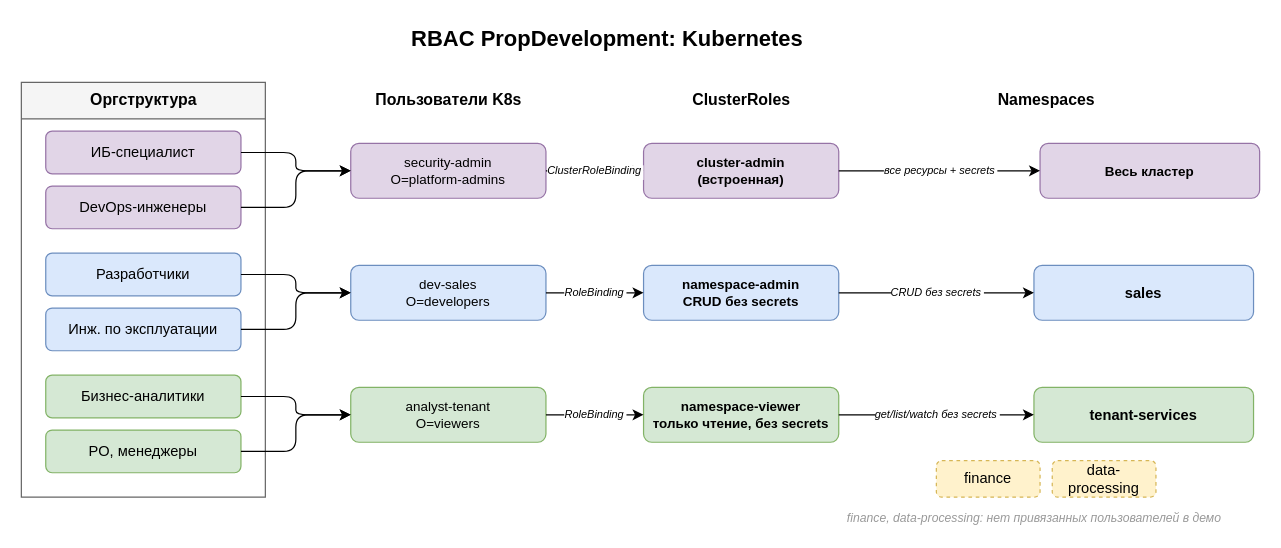
Earlier version of the draw.io diagram Task4/rbac-diagram.drawio (astandrik/architecture-pro-propdevelopment). Source tidied: cells renumbered, new cells numbered last; positions are measured from the earlier drawing's top-left corner, leaving out a move shared by most shapes. Both pictures are drawn from the tidied source at 122%, with x=0, y=0 at pixel (21, 21).
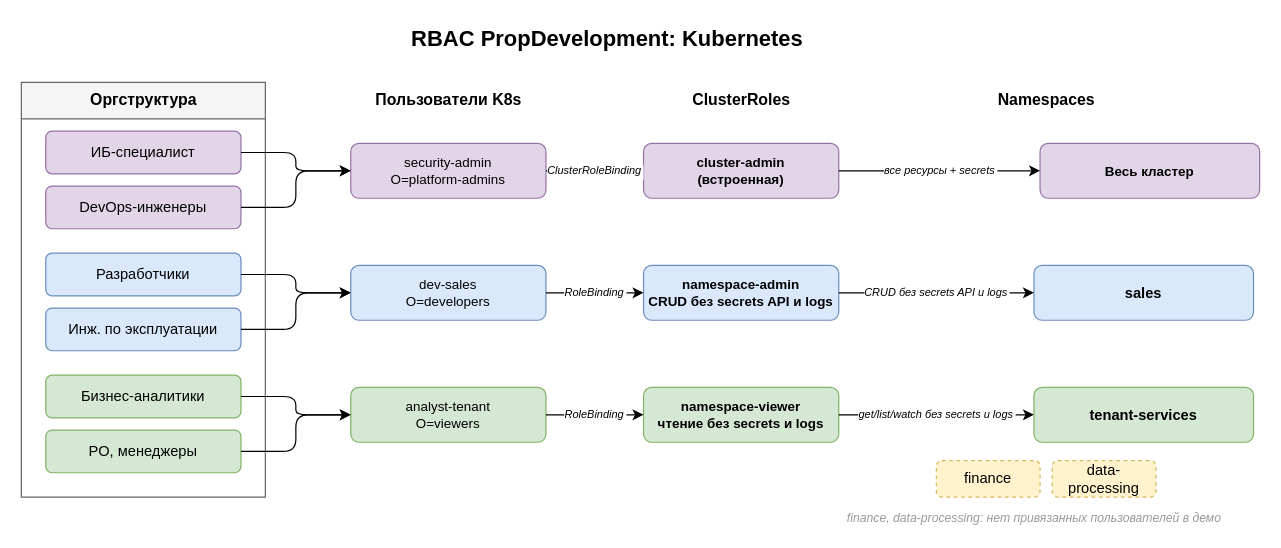
The same page after the edit.

The change refers to these unchanged cells:
```xml
<mxCell id="21" value="sales" style="rounded=1;whiteSpace=wrap;fillColor=#dae8fc;strokeColor=#6c8ebf;fontStyle=1;fontSize=12;" parent="1" vertex="1">
  <mxGeometry x="830" y="200" width="180" height="45" as="geometry" />
</mxCell>
<mxCell id="22" value="tenant-services" style="rounded=1;whiteSpace=wrap;fillColor=#d5e8d4;strokeColor=#82b366;fontStyle=1;fontSize=12;" parent="1" vertex="1">
  <mxGeometry x="830" y="300" width="180" height="45" as="geometry" />
</mxCell>
```

The edit, as a diff of the source:
```diff
@@
-    <mxCell id="17" value="namespace-admin&#10;CRUD без secrets" style="rounded=1;whiteSpace=wrap;fillColor=#dae8fc;strokeColor=#6c8ebf;fontStyle=1;fontSize=11;" parent="1" vertex="1">
+    <mxCell id="17" value="namespace-admin&#10;CRUD без secrets API и logs" style="rounded=1;whiteSpace=wrap;fillColor=#dae8fc;strokeColor=#6c8ebf;fontStyle=1;fontSize=11;" parent="1" vertex="1">
       <mxGeometry x="510" y="200" width="160" height="45" as="geometry" />
     </mxCell>
-    <mxCell id="18" value="namespace-viewer&#10;только чтение, без secrets" style="rounded=1;whiteSpace=wrap;fillColor=#d5e8d4;strokeColor=#82b366;fontStyle=1;fontSize=11;" parent="1" vertex="1">
+    <mxCell id="18" value="namespace-viewer&#10;чтение без secrets и logs" style="rounded=1;whiteSpace=wrap;fillColor=#d5e8d4;strokeColor=#82b366;fontStyle=1;fontSize=11;" parent="1" vertex="1">
       <mxGeometry x="510" y="300" width="160" height="45" as="geometry" />
     </mxCell>
@@
-    <mxCell id="35" value="CRUD без secrets" style="edgeStyle=orthogonalEdgeStyle;rounded=1;fontStyle=2;fontSize=9;labelBackgroundColor=default;" parent="1" edge="1" source="17" target="21">
+    <mxCell id="35" value="CRUD без secrets API и logs" style="edgeStyle=orthogonalEdgeStyle;rounded=1;fontStyle=2;fontSize=9;labelBackgroundColor=default;" parent="1" edge="1" source="17" target="21">
       <mxGeometry relative="1" as="geometry" />
     </mxCell>
-    <mxCell id="36" value="get/list/watch без secrets" style="edgeStyle=orthogonalEdgeStyle;rounded=1;fontStyle=2;fontSize=9;labelBackgroundColor=default;" parent="1" edge="1" source="18" target="22">
+    <mxCell id="36" value="get/list/watch без secrets и logs" style="edgeStyle=orthogonalEdgeStyle;rounded=1;fontStyle=2;fontSize=9;labelBackgroundColor=default;" parent="1" edge="1" source="18" target="22">
       <mxGeometry relative="1" as="geometry" />
     </mxCell>
```
